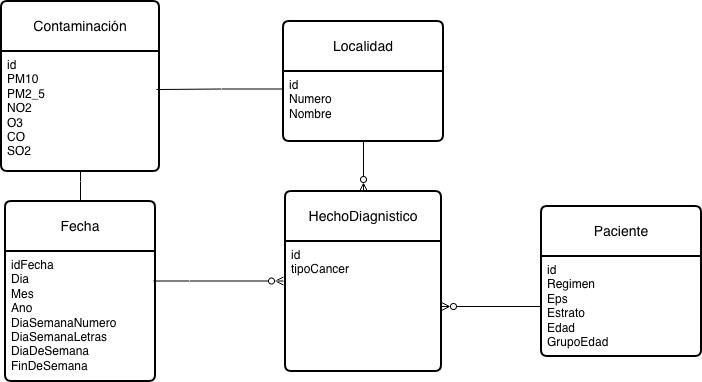
Above: Proyecto2PrimerModelo.drawio.png in CamiloC21/DiagramasIN (draw.io), before the change. Source tidied: cells renumbered, new cells last; positions are measured from the earlier drawing's top-left corner, leaving out a move shared by most shapes.
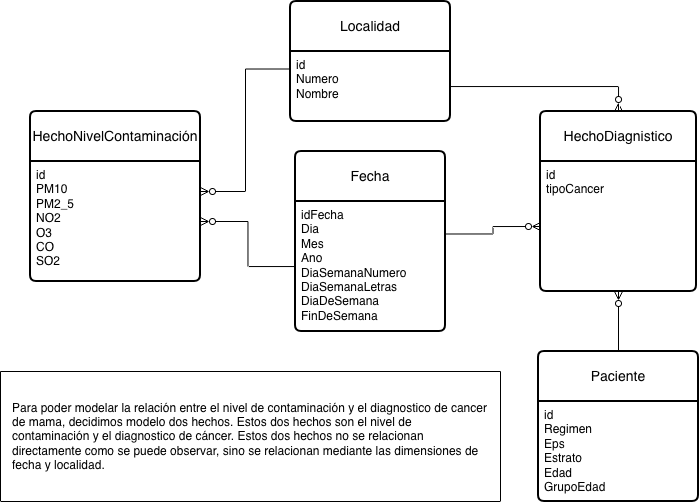
After the change.

The edit, as a diff of the source:
```diff
@@ -3,56 +3,55 @@
     <mxCell id="0" />
     <mxCell id="1" parent="0" />
     <mxCell id="2" value="Fecha" style="swimlane;horizontal=1;startSize=50;rounded=1;fontSize=14;fontStyle=0;strokeWidth=2;shadow=0;dashed=0;align=center;arcSize=4;whiteSpace=wrap;html=1;" parent="1" vertex="1">
-      <mxGeometry x="4" y="200" width="150" height="180" as="geometry" />
+      <mxGeometry x="265" y="50" width="150" height="180" as="geometry" />
     </mxCell>
     <mxCell id="3" value="idFecha&lt;div&gt;Dia&lt;/div&gt;&lt;div&gt;Mes&lt;/div&gt;&lt;div&gt;Ano&lt;/div&gt;&lt;div&gt;DiaSemanaNumero&lt;/div&gt;&lt;div&gt;DiaSemanaLetras&lt;/div&gt;&lt;div&gt;DiaDeSemana&lt;/div&gt;&lt;div&gt;FinDeSemana&lt;/div&gt;" style="align=left;strokeColor=none;fillColor=none;spacingLeft=4;spacingRight=4;fontSize=12;verticalAlign=top;html=1;whiteSpace=wrap;" parent="2" vertex="1">
       <mxGeometry y="50" width="150" height="130" as="geometry" />
     </mxCell>
     <mxCell id="4" value="Localidad" style="swimlane;horizontal=1;startSize=50;rounded=1;fontSize=14;fontStyle=0;strokeWidth=2;shadow=0;dashed=0;align=center;arcSize=4;whiteSpace=wrap;html=1;" parent="1" vertex="1">
-      <mxGeometry x="282" y="20" width="160" height="120" as="geometry" />
+      <mxGeometry x="260" y="-100" width="160" height="120" as="geometry" />
     </mxCell>
     <mxCell id="5" value="id&lt;div&gt;Numero&lt;/div&gt;&lt;div&gt;Nombre&lt;/div&gt;" style="align=left;strokeColor=none;fillColor=none;spacingLeft=4;spacingRight=4;fontSize=12;verticalAlign=top;html=1;whiteSpace=wrap;" parent="4" vertex="1">
       <mxGeometry y="50" width="160" height="70" as="geometry" />
     </mxCell>
     <mxCell id="6" value="HechoDiagnistico" style="swimlane;horizontal=1;startSize=50;rounded=1;fontSize=14;fontStyle=0;strokeWidth=2;shadow=0;dashed=0;align=center;arcSize=4;whiteSpace=wrap;html=1;" parent="1" vertex="1">
-      <mxGeometry x="284" y="190" width="156" height="180" as="geometry" />
+      <mxGeometry x="510" y="10" width="156" height="180" as="geometry" />
     </mxCell>
     <mxCell id="7" value="id&lt;div&gt;tipoCancer&lt;/div&gt;&lt;div&gt;&lt;br&gt;&lt;/div&gt;" style="align=left;strokeColor=none;fillColor=none;spacingLeft=4;spacingRight=4;fontSize=12;verticalAlign=top;html=1;whiteSpace=wrap;" parent="6" vertex="1">
       <mxGeometry y="50" width="156" height="130" as="geometry" />
     </mxCell>
+    <mxCell id="17" style="edgeStyle=orthogonalEdgeStyle;rounded=0;jettySize=auto;html=1;entryX=0.5;entryY=1;entryDx=0;entryDy=0;endArrow=ERzeroToMany;endFill=0;" parent="1" edge="1" source="8" target="7">
+      <mxGeometry relative="1" as="geometry" />
+    </mxCell>
     <mxCell id="8" value="Paciente" style="swimlane;horizontal=1;startSize=50;rounded=1;fontSize=14;fontStyle=0;strokeWidth=2;shadow=0;dashed=0;align=center;arcSize=4;whiteSpace=wrap;html=1;" parent="1" vertex="1">
-      <mxGeometry x="540" y="205" width="160" height="150" as="geometry" />
+      <mxGeometry x="508" y="250" width="160" height="150" as="geometry" />
     </mxCell>
     <mxCell id="9" value="id&lt;div&gt;Regimen&lt;/div&gt;&lt;div&gt;Eps&lt;/div&gt;&lt;div&gt;Estrato&lt;/div&gt;&lt;div&gt;Edad&lt;/div&gt;&lt;div&gt;GrupoEdad&lt;/div&gt;" style="align=left;strokeColor=none;fillColor=none;spacingLeft=4;spacingRight=4;fontSize=12;verticalAlign=top;html=1;whiteSpace=wrap;" parent="8" vertex="1">
       <mxGeometry y="50" width="160" height="100" as="geometry" />
     </mxCell>
-    <mxCell id="10" value="Contaminación" style="swimlane;horizontal=1;startSize=50;rounded=1;fontSize=14;fontStyle=0;strokeWidth=2;shadow=0;dashed=0;align=center;arcSize=4;whiteSpace=wrap;html=1;" parent="1" vertex="1">
-      <mxGeometry width="158" height="170" as="geometry" />
-    </mxCell>
+    <mxCell id="18" value="HechoNivelContaminación" style="swimlane;horizontal=1;startSize=50;rounded=1;fontSize=14;fontStyle=0;strokeWidth=2;shadow=0;dashed=0;align=center;arcSize=4;whiteSpace=wrap;html=1;" parent="1" vertex="1">
+      <mxGeometry y="10" width="170" height="170" as="geometry" />
+    </mxCell>
-    <mxCell id="11" value="id&lt;div&gt;&lt;div&gt;PM10&lt;/div&gt;&lt;div&gt;PM2_5&lt;/div&gt;&lt;div&gt;NO2&lt;/div&gt;&lt;div&gt;O3&lt;/div&gt;&lt;div&gt;CO&lt;/div&gt;&lt;div&gt;SO2&lt;/div&gt;&lt;/div&gt;" style="align=left;strokeColor=none;fillColor=none;spacingLeft=4;spacingRight=4;fontSize=12;verticalAlign=top;html=1;whiteSpace=wrap;" parent="10" vertex="1">
-      <mxGeometry y="50" width="158" height="120" as="geometry" />
+    <mxCell id="11" value="id&lt;div&gt;&lt;div&gt;PM10&lt;/div&gt;&lt;div&gt;PM2_5&lt;/div&gt;&lt;div&gt;NO2&lt;/div&gt;&lt;div&gt;O3&lt;/div&gt;&lt;div&gt;CO&lt;/div&gt;&lt;div&gt;SO2&lt;/div&gt;&lt;/div&gt;" style="align=left;strokeColor=none;fillColor=none;spacingLeft=4;spacingRight=4;fontSize=12;verticalAlign=top;html=1;whiteSpace=wrap;" parent="18" vertex="1">
+      <mxGeometry y="50" width="170" height="120" as="geometry" />
     </mxCell>
     <mxCell id="12" style="edgeStyle=orthogonalEdgeStyle;rounded=0;jettySize=auto;html=1;entryX=0.5;entryY=0;entryDx=0;entryDy=0;endArrow=ERzeroToMany;endFill=0;" parent="1" edge="1" source="5" target="6">
       <mxGeometry relative="1" as="geometry" />
     </mxCell>
-    <mxCell id="13" style="edgeStyle=orthogonalEdgeStyle;rounded=0;jettySize=auto;html=1;entryX=1;entryY=0.5;entryDx=0;entryDy=0;endArrow=ERzeroToMany;endFill=0;" parent="1" edge="1" source="9" target="7">
-      <mxGeometry relative="1" as="geometry" />
-    </mxCell>
-    <mxCell id="14" style="edgeStyle=orthogonalEdgeStyle;rounded=0;orthogonalLoop=1;jettySize=auto;html=1;entryX=0;entryY=0.5;entryDx=0;entryDy=0;endArrow=ERzeroToMany;endFill=0;" parent="1" edge="1">
-      <mxGeometry relative="1" as="geometry">
-        <mxPoint x="152" y="279.5" as="sourcePoint" />
-        <mxPoint x="282" y="279.5" as="targetPoint" />
-        <Array as="points">
-          <mxPoint x="188" y="279.5" />
-          <mxPoint x="188" y="279.5" />
-        </Array>
-      </mxGeometry>
-    </mxCell>
-    <mxCell id="15" style="edgeStyle=orthogonalEdgeStyle;rounded=0;jettySize=auto;html=1;entryX=0.5;entryY=0;entryDx=0;entryDy=0;endArrow=none;endFill=0;" parent="1" edge="1" source="11" target="2">
-      <mxGeometry relative="1" as="geometry" />
-    </mxCell>
-    <mxCell id="16" style="edgeStyle=orthogonalEdgeStyle;rounded=0;jettySize=auto;html=1;exitX=0;exitY=0.25;exitDx=0;exitDy=0;entryX=0.981;entryY=0.317;entryDx=0;entryDy=0;entryPerimeter=0;endArrow=none;endFill=0;" parent="1" edge="1" source="5" target="11">
+    <mxCell id="16" style="edgeStyle=orthogonalEdgeStyle;rounded=0;jettySize=auto;html=1;exitX=0;exitY=0.25;exitDx=0;exitDy=0;entryX=1;entryY=0.25;entryDx=0;entryDy=0;endArrow=ERzeroToMany;endFill=0;" parent="1" edge="1" source="5" target="11">
       <mxGeometry relative="1" as="geometry" />
     </mxCell>
+    <mxCell id="19" style="edgeStyle=orthogonalEdgeStyle;rounded=0;jettySize=auto;html=1;entryX=1;entryY=0.5;entryDx=0;entryDy=0;endArrow=ERzeroToMany;endFill=0;" parent="1" edge="1" source="3" target="11">
+      <mxGeometry relative="1" as="geometry" />
+    </mxCell>
+    <mxCell id="20" style="edgeStyle=orthogonalEdgeStyle;rounded=0;jettySize=auto;html=1;exitX=1;exitY=0.25;exitDx=0;exitDy=0;entryX=0;entryY=0.5;entryDx=0;entryDy=0;endArrow=ERzeroToMany;endFill=0;" parent="1" edge="1" source="3" target="7">
+      <mxGeometry relative="1" as="geometry" />
+    </mxCell>
+    <mxCell id="21" style="swimlane;startSize=0;" parent="1" vertex="1">
+      <mxGeometry x="-30" y="270" width="500" height="130" as="geometry" />
+    </mxCell>
+    <mxCell id="22" value="Para poder modelar la relación entre el nivel de contaminación y el diagnostico de cancer de mama, decidimos modelo dos hechos. Estos dos hechos son el nivel de contaminación y el diagnostico de cáncer. Estos dos hechos no se relacionan directamente como se puede observar, sino se relacionan mediante las dimensiones de fecha y localidad." style="text;html=1;whiteSpace=wrap;strokeColor=none;fillColor=none;align=left;verticalAlign=middle;rounded=0;" parent="21" vertex="1">
+      <mxGeometry x="10" y="10" width="480" height="110" as="geometry" />
+    </mxCell>
   </root>
 </mxGraphModel>
```
